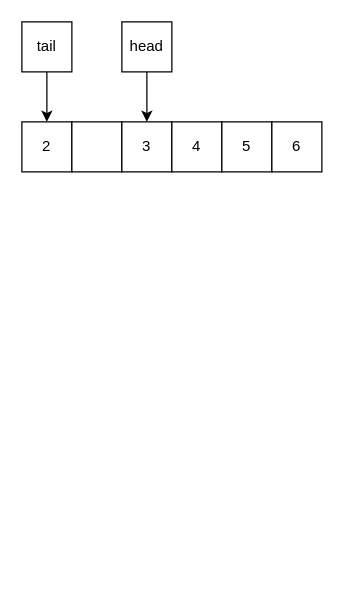
Above: draw/큐 알고리즘.drawio in TaegyuHan/BackJoon_C (draw.io), before the change. Source tidied: cells renumbered, new cells numbered last; positions are measured from the earlier drawing's top-left corner, leaving out a move shared by most shapes. Both pictures are drawn from the tidied source at 125%, with x=0, y=0 at pixel (21, 21).
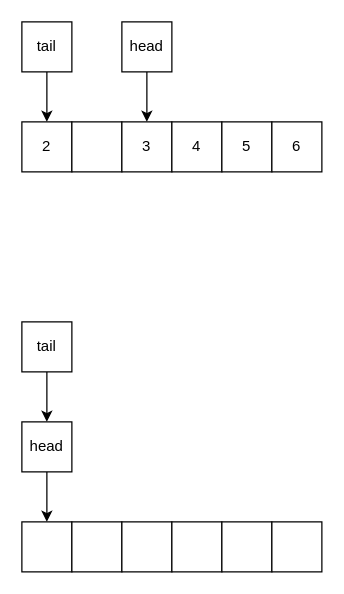
Above is the later version.

Change to the diagram source:
```diff
@@
+    <mxCell id="14" style="rounded=0;whiteSpace=wrap;html=1;" parent="1" vertex="1">
+      <mxGeometry y="400" width="40" height="40" as="geometry" />
+    </mxCell>
+    <mxCell id="15" style="rounded=0;whiteSpace=wrap;html=1;" parent="1" vertex="1">
+      <mxGeometry x="40" y="400" width="40" height="40" as="geometry" />
+    </mxCell>
+    <mxCell id="16" style="rounded=0;whiteSpace=wrap;html=1;" parent="1" vertex="1">
+      <mxGeometry x="80" y="400" width="40" height="40" as="geometry" />
+    </mxCell>
+    <mxCell id="17" style="rounded=0;whiteSpace=wrap;html=1;" parent="1" vertex="1">
+      <mxGeometry x="120" y="400" width="40" height="40" as="geometry" />
+    </mxCell>
+    <mxCell id="18" style="rounded=0;whiteSpace=wrap;html=1;" parent="1" vertex="1">
+      <mxGeometry x="160" y="400" width="40" height="40" as="geometry" />
+    </mxCell>
+    <mxCell id="19" style="rounded=0;whiteSpace=wrap;html=1;" parent="1" vertex="1">
+      <mxGeometry x="200" y="400" width="40" height="40" as="geometry" />
+    </mxCell>
+    <mxCell id="20" style="group;" parent="1" vertex="1">
+      <mxGeometry y="240" width="40" height="80" as="geometry" />
+    </mxCell>
+    <mxCell id="21" value="tail" style="rounded=0;whiteSpace=wrap;html=1;" parent="20" vertex="1">
+      <mxGeometry width="40" height="40" as="geometry" />
+    </mxCell>
+    <mxCell id="22" style="edgeStyle=orthogonalEdgeStyle;rounded=0;jettySize=auto;html=1;entryX=0.5;entryY=0;entryDx=0;entryDy=0;" parent="20" edge="1" source="21">
+      <mxGeometry relative="1" as="geometry">
+        <mxPoint x="20" y="80" as="targetPoint" />
+      </mxGeometry>
+    </mxCell>
+    <mxCell id="23" style="group;" parent="1" vertex="1">
+      <mxGeometry y="320" width="40" height="40" as="geometry" />
+    </mxCell>
+    <mxCell id="24" value="head" style="rounded=0;whiteSpace=wrap;html=1;" parent="23" vertex="1">
+      <mxGeometry width="40" height="40" as="geometry" />
+    </mxCell>
+    <mxCell id="25" style="edgeStyle=orthogonalEdgeStyle;rounded=0;jettySize=auto;html=1;entryX=0.5;entryY=0;entryDx=0;entryDy=0;" parent="1" edge="1" source="24">
+      <mxGeometry relative="1" as="geometry">
+        <mxPoint x="20" y="400" as="targetPoint" />
+      </mxGeometry>
+    </mxCell>
```
